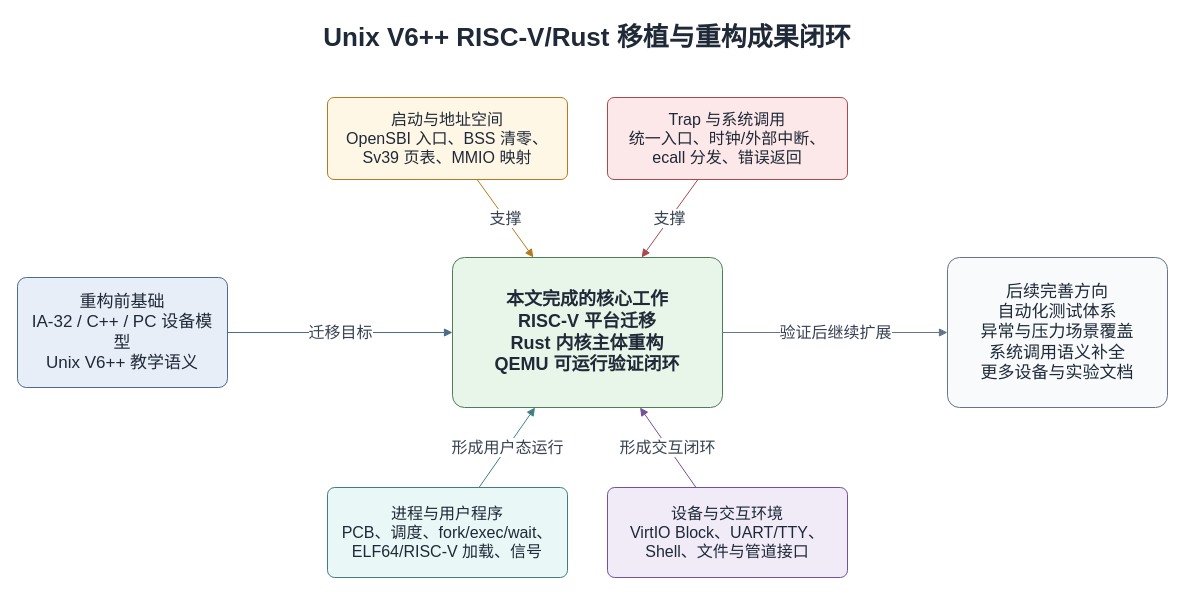
This is figures/conclusion-roadmap.drawio from greatbridf/Thesis, a draw.io file, before an edit. Source tidied: cells renumbered, new cells numbered last; positions are measured from the earlier drawing's top-left corner, leaving out a move shared by most shapes. Both pictures are drawn from the tidied source at 100%, with x=0, y=0 at pixel (17, 17).
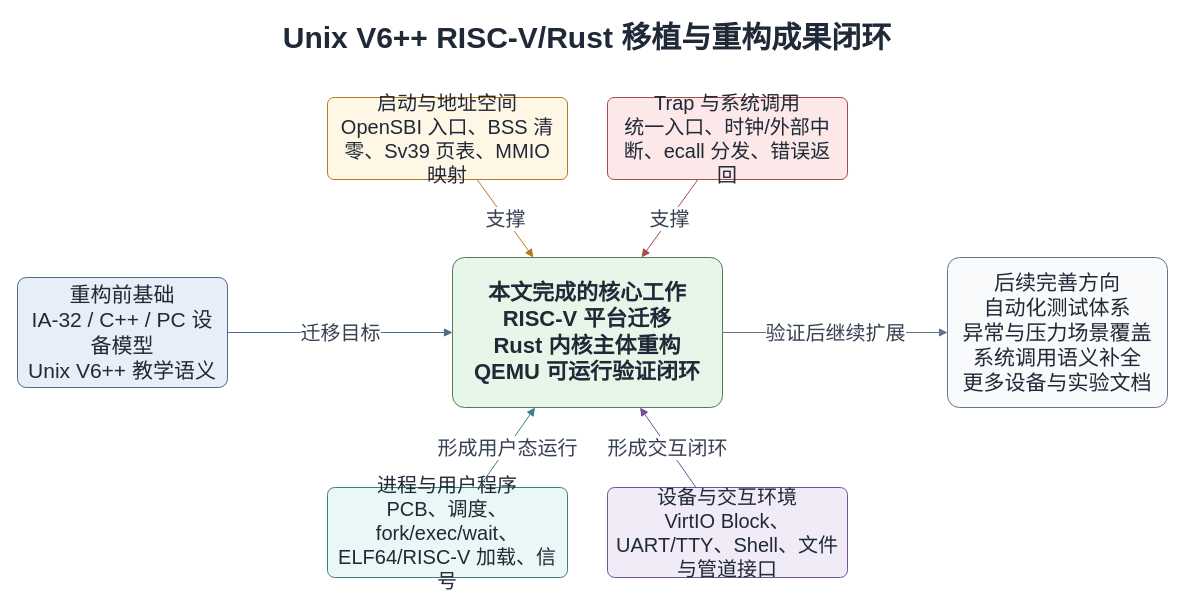
The same diagram, later.

Change to the diagram source:
```diff
@@
 <mxGraphModel>
   <root>
     <mxCell id="0" />
     <mxCell id="1" parent="0" />
-    <mxCell id="2" value="Unix V6++ RISC-V/Rust 移植与重构成果闭环" style="text;html=1;strokeColor=none;fillColor=none;align=center;verticalAlign=middle;whiteSpace=wrap;rounded=0;fontSize=26;fontStyle=1;fontColor=#1F2937;" parent="1" vertex="1">
+    <mxCell id="2" value="Unix V6++ RISC-V/Rust 移植与重构成果闭环" style="text;html=1;strokeColor=none;fillColor=none;align=center;verticalAlign=middle;whiteSpace=wrap;rounded=0;fontSize=30;fontStyle=1;fontColor=#1F2937;" parent="1" vertex="1">
       <mxGeometry x="140" width="860" height="40" as="geometry" />
     </mxCell>
-    <mxCell id="3" value="重构前基础&#10;IA-32 / C++ / PC 设备模型&#10;Unix V6++ 教学语义" style="rounded=1;whiteSpace=wrap;html=1;arcSize=8;fillColor=#E8EEF7;strokeColor=#4D6B8A;fontSize=17;fontColor=#1F2937;spacing=12;" parent="1" vertex="1">
+    <mxCell id="3" value="重构前基础&#10;IA-32 / C++ / PC 设备模型&#10;Unix V6++ 教学语义" style="rounded=1;whiteSpace=wrap;html=1;arcSize=8;fillColor=#E8EEF7;strokeColor=#4D6B8A;fontSize=21;fontColor=#1F2937;spacing=12;" parent="1" vertex="1">
       <mxGeometry y="260" width="210" height="110" as="geometry" />
     </mxCell>
-    <mxCell id="4" value="本文完成的核心工作&#10;RISC-V 平台迁移&#10;Rust 内核主体重构&#10;QEMU 可运行验证闭环" style="rounded=1;whiteSpace=wrap;html=1;arcSize=8;fillColor=#E8F5E9;strokeColor=#4F7D58;fontSize=18;fontStyle=1;fontColor=#1F2937;spacing=12;" parent="1" vertex="1">
+    <mxCell id="4" value="本文完成的核心工作&#10;RISC-V 平台迁移&#10;Rust 内核主体重构&#10;QEMU 可运行验证闭环" style="rounded=1;whiteSpace=wrap;html=1;arcSize=8;fillColor=#E8F5E9;strokeColor=#4F7D58;fontSize=22;fontStyle=1;fontColor=#1F2937;spacing=12;" parent="1" vertex="1">
       <mxGeometry x="435" y="240" width="270" height="150" as="geometry" />
     </mxCell>
-    <mxCell id="5" value="启动与地址空间&#10;OpenSBI 入口、BSS 清零、Sv39 页表、MMIO 映射" style="rounded=1;whiteSpace=wrap;html=1;arcSize=8;fillColor=#FFF7E6;strokeColor=#B7791F;fontSize=16;fontColor=#1F2937;spacing=10;" parent="1" vertex="1">
+    <mxCell id="5" value="启动与地址空间&#10;OpenSBI 入口、BSS 清零、Sv39 页表、MMIO 映射" style="rounded=1;whiteSpace=wrap;html=1;arcSize=8;fillColor=#FFF7E6;strokeColor=#B7791F;fontSize=20;fontColor=#1F2937;spacing=10;" parent="1" vertex="1">
       <mxGeometry x="310" y="80" width="240" height="82" as="geometry" />
     </mxCell>
-    <mxCell id="6" value="Trap 与系统调用&#10;统一入口、时钟/外部中断、ecall 分发、错误返回" style="rounded=1;whiteSpace=wrap;html=1;arcSize=8;fillColor=#FCE8E8;strokeColor=#A94A4A;fontSize=16;fontColor=#1F2937;spacing=10;" parent="1" vertex="1">
+    <mxCell id="6" value="Trap 与系统调用&#10;统一入口、时钟/外部中断、ecall 分发、错误返回" style="rounded=1;whiteSpace=wrap;html=1;arcSize=8;fillColor=#FCE8E8;strokeColor=#A94A4A;fontSize=20;fontColor=#1F2937;spacing=10;" parent="1" vertex="1">
       <mxGeometry x="590" y="80" width="240" height="82" as="geometry" />
     </mxCell>
-    <mxCell id="7" value="进程与用户程序&#10;PCB、调度、fork/exec/wait、ELF64/RISC-V 加载、信号" style="rounded=1;whiteSpace=wrap;html=1;arcSize=8;fillColor=#EAF7F7;strokeColor=#3F7F82;fontSize=16;fontColor=#1F2937;spacing=10;" parent="1" vertex="1">
+    <mxCell id="7" value="进程与用户程序&#10;PCB、调度、fork/exec/wait、ELF64/RISC-V 加载、信号" style="rounded=1;whiteSpace=wrap;html=1;arcSize=8;fillColor=#EAF7F7;strokeColor=#3F7F82;fontSize=20;fontColor=#1F2937;spacing=10;" parent="1" vertex="1">
       <mxGeometry x="310" y="470" width="240" height="90" as="geometry" />
     </mxCell>
-    <mxCell id="8" value="设备与交互环境&#10;VirtIO Block、UART/TTY、Shell、文件与管道接口" style="rounded=1;whiteSpace=wrap;html=1;arcSize=8;fillColor=#F1EAF7;strokeColor=#73519B;fontSize=16;fontColor=#1F2937;spacing=10;" parent="1" vertex="1">
+    <mxCell id="8" value="设备与交互环境&#10;VirtIO Block、UART/TTY、Shell、文件与管道接口" style="rounded=1;whiteSpace=wrap;html=1;arcSize=8;fillColor=#F1EAF7;strokeColor=#73519B;fontSize=20;fontColor=#1F2937;spacing=10;" parent="1" vertex="1">
       <mxGeometry x="590" y="470" width="240" height="90" as="geometry" />
     </mxCell>
-    <mxCell id="9" value="后续完善方向&#10;自动化测试体系&#10;异常与压力场景覆盖&#10;系统调用语义补全&#10;更多设备与实验文档" style="rounded=1;whiteSpace=wrap;html=1;arcSize=8;fillColor=#F8FAFC;strokeColor=#64748B;fontSize=17;fontColor=#1F2937;spacing=12;" parent="1" vertex="1">
+    <mxCell id="9" value="后续完善方向&#10;自动化测试体系&#10;异常与压力场景覆盖&#10;系统调用语义补全&#10;更多设备与实验文档" style="rounded=1;whiteSpace=wrap;html=1;arcSize=8;fillColor=#F8FAFC;strokeColor=#64748B;fontSize=21;fontColor=#1F2937;spacing=12;" parent="1" vertex="1">
       <mxGeometry x="930" y="240" width="220" height="150" as="geometry" />
     </mxCell>
-    <mxCell id="10" value="迁移目标" style="endArrow=block;html=1;rounded=0;strokeColor=#4D6B8A;fontSize=16;fontColor=#374151;" parent="1" edge="1" source="3" target="4">
+    <mxCell id="10" value="迁移目标" style="endArrow=block;html=1;rounded=0;strokeColor=#4D6B8A;fontSize=20;fontColor=#374151;" parent="1" edge="1" source="3" target="4">
       <mxGeometry relative="1" as="geometry" />
     </mxCell>
-    <mxCell id="11" value="支撑" style="endArrow=block;html=1;rounded=0;strokeColor=#B7791F;fontSize=16;fontColor=#374151;" parent="1" edge="1" source="5" target="4">
+    <mxCell id="11" value="支撑" style="endArrow=block;html=1;rounded=0;strokeColor=#B7791F;fontSize=20;fontColor=#374151;" parent="1" edge="1" source="5" target="4">
       <mxGeometry relative="1" as="geometry" />
     </mxCell>
-    <mxCell id="12" value="支撑" style="endArrow=block;html=1;rounded=0;strokeColor=#A94A4A;fontSize=16;fontColor=#374151;" parent="1" edge="1" source="6" target="4">
+    <mxCell id="12" value="支撑" style="endArrow=block;html=1;rounded=0;strokeColor=#A94A4A;fontSize=20;fontColor=#374151;" parent="1" edge="1" source="6" target="4">
       <mxGeometry relative="1" as="geometry" />
     </mxCell>
-    <mxCell id="13" value="形成用户态运行" style="endArrow=block;html=1;rounded=0;strokeColor=#3F7F82;fontSize=16;fontColor=#374151;" parent="1" edge="1" source="7" target="4">
+    <mxCell id="13" value="形成用户态运行" style="endArrow=block;html=1;rounded=0;strokeColor=#3F7F82;fontSize=20;fontColor=#374151;" parent="1" edge="1" source="7" target="4">
       <mxGeometry relative="1" as="geometry" />
     </mxCell>
-    <mxCell id="14" value="形成交互闭环" style="endArrow=block;html=1;rounded=0;strokeColor=#73519B;fontSize=16;fontColor=#374151;" parent="1" edge="1" source="8" target="4">
+    <mxCell id="14" value="形成交互闭环" style="endArrow=block;html=1;rounded=0;strokeColor=#73519B;fontSize=20;fontColor=#374151;" parent="1" edge="1" source="8" target="4">
       <mxGeometry relative="1" as="geometry" />
     </mxCell>
-    <mxCell id="15" value="验证后继续扩展" style="endArrow=block;html=1;rounded=0;strokeColor=#64748B;fontSize=16;fontColor=#374151;" parent="1" edge="1" source="4" target="9">
+    <mxCell id="15" value="验证后继续扩展" style="endArrow=block;html=1;rounded=0;strokeColor=#64748B;fontSize=20;fontColor=#374151;" parent="1" edge="1" source="4" target="9">
       <mxGeometry relative="1" as="geometry" />
     </mxCell>
   </root>
 </mxGraphModel>
```
